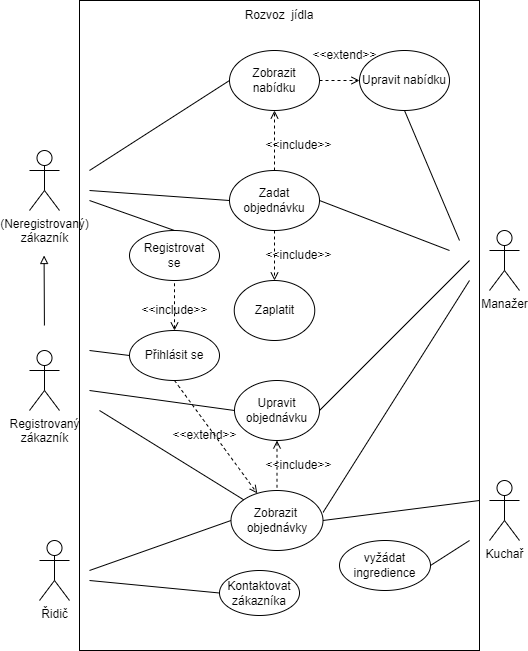
The draw.io diagram UseCaseDiagram-Stránka-1.drawio.png in vitvlasanek/VIS_projekt, before a commit. Source tidied: cells renumbered, new cells last; positions are measured from the earlier drawing's top-left corner, leaving out a move shared by most shapes.
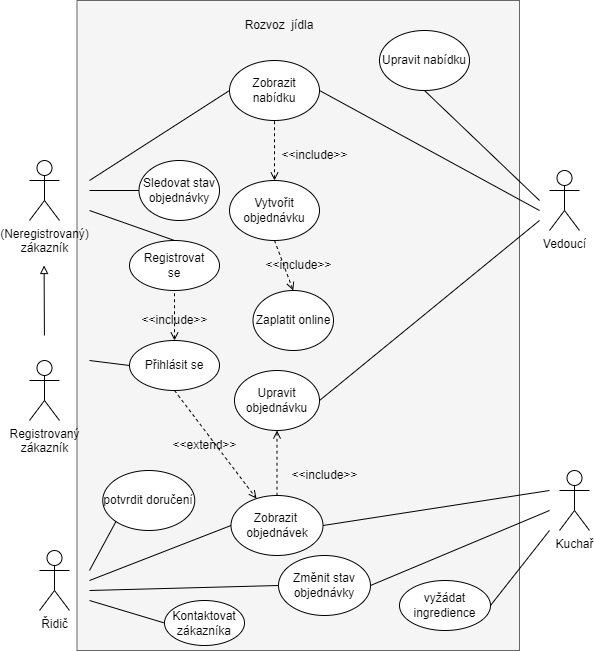
After the change.

The edit, as a diff of the source:
```diff
@@ -2,36 +2,33 @@
   <root>
     <mxCell id="0" />
     <mxCell id="1" parent="0" />
+    <mxCell id="8" style="rounded=0;whiteSpace=wrap;html=1;fillColor=#f5f5f5;fontColor=#333333;strokeColor=#666666;" parent="1" vertex="1">
+      <mxGeometry x="47.5" y="-10" width="442.5" height="650" as="geometry" />
+    </mxCell>
     <mxCell id="2" value="Řidič" style="shape=umlActor;verticalLabelPosition=bottom;verticalAlign=top;html=1;" parent="1" vertex="1">
       <mxGeometry x="10" y="540" width="30" height="60" as="geometry" />
     </mxCell>
-    <mxCell id="3" value="Manažer" style="shape=umlActor;verticalLabelPosition=bottom;verticalAlign=top;html=1;" parent="1" vertex="1">
-      <mxGeometry x="460" y="230" width="30" height="60" as="geometry" />
+    <mxCell id="3" value="Vedoucí" style="shape=umlActor;verticalLabelPosition=bottom;verticalAlign=top;html=1;" parent="1" vertex="1">
+      <mxGeometry x="520" y="160" width="30" height="60" as="geometry" />
     </mxCell>
     <mxCell id="4" value="Upravit objednávku" style="ellipse;whiteSpace=wrap;html=1;" parent="1" vertex="1">
-      <mxGeometry x="205" y="380" width="85" height="60" as="geometry" />
+      <mxGeometry x="205" y="360" width="85" height="60" as="geometry" />
     </mxCell>
-    <mxCell id="5" value="Zadat objednávku" style="ellipse;whiteSpace=wrap;html=1;" parent="1" vertex="1">
+    <mxCell id="5" value="Vytvořit&lt;br&gt;objednávku" style="ellipse;whiteSpace=wrap;html=1;" parent="1" vertex="1">
       <mxGeometry x="200" y="170" width="90" height="60" as="geometry" />
     </mxCell>
-    <mxCell id="6" value="Zobrazit&amp;nbsp; objednávky" style="ellipse;whiteSpace=wrap;html=1;" parent="1" vertex="1">
-      <mxGeometry x="201.5" y="490" width="92" height="60" as="geometry" />
+    <mxCell id="6" value="Zobrazit&amp;nbsp; objednávek" style="ellipse;whiteSpace=wrap;html=1;" parent="1" vertex="1">
+      <mxGeometry x="201.5" y="485" width="92" height="60" as="geometry" />
     </mxCell>
     <mxCell id="7" value="Kuchař" style="shape=umlActor;verticalLabelPosition=bottom;verticalAlign=top;html=1;" parent="1" vertex="1">
-      <mxGeometry x="460" y="480" width="30" height="60" as="geometry" />
+      <mxGeometry x="530" y="460" width="30" height="60" as="geometry" />
     </mxCell>
-    <mxCell id="8" style="rounded=0;whiteSpace=wrap;html=1;fillColor=none;" parent="1" vertex="1">
-      <mxGeometry x="50" width="400" height="650" as="geometry" />
-    </mxCell>
     <mxCell id="9" value="Rozvoz&amp;nbsp; jídla" style="text;html=1;strokeColor=none;fillColor=none;align=center;verticalAlign=middle;whiteSpace=wrap;rounded=0;" parent="1" vertex="1">
       <mxGeometry x="197" width="106" height="30" as="geometry" />
     </mxCell>
-    <mxCell id="10" style="edgeStyle=orthogonalEdgeStyle;rounded=0;jettySize=auto;html=1;dashed=1;endArrow=open;endFill=0;exitX=0.5;exitY=0;exitDx=0;exitDy=0;entryX=0.5;entryY=1;entryDx=0;entryDy=0;" parent="1" edge="1" source="5" target="12">
+    <mxCell id="10" style="edgeStyle=orthogonalEdgeStyle;rounded=0;jettySize=auto;html=1;dashed=1;endArrow=none;endFill=0;exitX=0.5;exitY=0;exitDx=0;exitDy=0;entryX=0.5;entryY=1;entryDx=0;entryDy=0;startArrow=open;startFill=0;" parent="1" edge="1" source="5" target="12">
       <mxGeometry relative="1" as="geometry" />
     </mxCell>
-    <mxCell id="11" style="edgeStyle=orthogonalEdgeStyle;rounded=0;jettySize=auto;html=1;exitX=1;exitY=0.5;exitDx=0;exitDy=0;entryX=0;entryY=0.5;entryDx=0;entryDy=0;startArrow=none;startFill=0;endArrow=open;endFill=0;dashed=1;" parent="1" edge="1" source="12" target="40">
-      <mxGeometry relative="1" as="geometry" />
-    </mxCell>
     <mxCell id="12" value="Zobrazit nabídku" style="ellipse;whiteSpace=wrap;html=1;fillColor=default;" parent="1" vertex="1">
       <mxGeometry x="200" y="50" width="90" height="60" as="geometry" />
     </mxCell>
@@ -40,26 +37,11 @@
         <mxPoint x="60" y="170" as="sourcePoint" />
       </mxGeometry>
     </mxCell>
-    <mxCell id="14" style="endArrow=none;html=1;rounded=0;entryX=0;entryY=0.5;entryDx=0;entryDy=0;" parent="1" edge="1" target="5">
-      <mxGeometry relative="1" as="geometry">
-        <mxPoint x="60" y="190" as="sourcePoint" />
-      </mxGeometry>
-    </mxCell>
     <mxCell id="15" style="endArrow=none;html=1;rounded=0;entryX=0;entryY=0.5;entryDx=0;entryDy=0;" parent="1" edge="1" target="6">
       <mxGeometry relative="1" as="geometry">
         <mxPoint x="60" y="570" as="sourcePoint" />
       </mxGeometry>
     </mxCell>
-    <mxCell id="16" style="endArrow=none;html=1;rounded=0;exitX=1.001;exitY=0.364;exitDx=0;exitDy=0;exitPerimeter=0;" parent="1" edge="1" source="6">
-      <mxGeometry relative="1" as="geometry">
-        <mxPoint x="440" y="280" as="targetPoint" />
-      </mxGeometry>
-    </mxCell>
-    <mxCell id="17" style="endArrow=none;html=1;rounded=0;entryX=1;entryY=0.5;entryDx=0;entryDy=0;" parent="1" edge="1" target="6">
-      <mxGeometry relative="1" as="geometry">
-        <mxPoint x="450" y="500" as="sourcePoint" />
-      </mxGeometry>
-    </mxCell>
     <mxCell id="18" value="(Neregistrovaný)&lt;br&gt;zákazník" style="shape=umlActor;verticalLabelPosition=bottom;verticalAlign=top;html=1;fillColor=default;" parent="1" vertex="1">
       <mxGeometry y="150" width="30" height="60" as="geometry" />
     </mxCell>
@@ -72,8 +54,8 @@
         <mxPoint x="14.6" y="255" as="targetPoint" />
       </mxGeometry>
     </mxCell>
-    <mxCell id="21" value="Zaplatit" style="ellipse;whiteSpace=wrap;html=1;fillColor=default;" parent="1" vertex="1">
-      <mxGeometry x="204.8" y="280" width="80.5" height="60" as="geometry" />
+    <mxCell id="21" value="Zaplatit online" style="ellipse;whiteSpace=wrap;html=1;fillColor=default;" parent="1" vertex="1">
+      <mxGeometry x="223.5" y="280" width="80.5" height="60" as="geometry" />
     </mxCell>
     <mxCell id="22" style="endArrow=open;html=1;rounded=0;entryX=0.5;entryY=0;entryDx=0;entryDy=0;exitX=0.5;exitY=1;exitDx=0;exitDy=0;dashed=1;endFill=0;" parent="1" edge="1" source="5" target="21">
       <mxGeometry relative="1" as="geometry" />
@@ -82,41 +64,31 @@
       <mxGeometry x="223.5" y="240" width="90" height="30" as="geometry" />
     </mxCell>
     <mxCell id="24" value="&amp;lt;&amp;lt;include&amp;gt;&amp;gt;" style="text;html=1;align=center;verticalAlign=middle;strokeColor=none;fillColor=none;" parent="1" vertex="1">
-      <mxGeometry x="223.5" y="130" width="90" height="30" as="geometry" />
+      <mxGeometry x="240" y="130" width="90" height="30" as="geometry" />
     </mxCell>
     <mxCell id="25" value="Přihlásit se" style="ellipse;whiteSpace=wrap;html=1;fillColor=default;" parent="1" vertex="1">
       <mxGeometry x="100" y="330" width="90" height="50" as="geometry" />
     </mxCell>
-    <mxCell id="26" style="endArrow=none;html=1;rounded=0;endFill=0;" parent="1" edge="1" target="6">
-      <mxGeometry relative="1" as="geometry">
-        <mxPoint x="70" y="410" as="sourcePoint" />
-      </mxGeometry>
-    </mxCell>
     <mxCell id="27" value="vyžádat ingredience" style="ellipse;whiteSpace=wrap;html=1;fillColor=default;" parent="1" vertex="1">
-      <mxGeometry x="310" y="540" width="91" height="50" as="geometry" />
+      <mxGeometry x="370" y="570" width="91" height="50" as="geometry" />
     </mxCell>
     <mxCell id="28" style="endArrow=none;html=1;rounded=0;exitX=1;exitY=0.5;exitDx=0;exitDy=0;" parent="1" edge="1" source="27">
       <mxGeometry relative="1" as="geometry">
-        <mxPoint x="440" y="540" as="targetPoint" />
+        <mxPoint x="520" y="520" as="targetPoint" />
       </mxGeometry>
     </mxCell>
     <mxCell id="29" value="&amp;lt;&amp;lt;include&amp;gt;&amp;gt;" style="text;html=1;align=center;verticalAlign=middle;strokeColor=none;fillColor=none;" parent="1" vertex="1">
-      <mxGeometry x="223.5" y="450" width="90" height="30" as="geometry" />
+      <mxGeometry x="250" y="450" width="90" height="30" as="geometry" />
     </mxCell>
     <mxCell id="30" style="edgeStyle=orthogonalEdgeStyle;rounded=0;jettySize=auto;html=1;dashed=1;endArrow=none;endFill=0;exitX=0.5;exitY=1;exitDx=0;exitDy=0;entryX=0.5;entryY=0;entryDx=0;entryDy=0;startArrow=open;startFill=0;" parent="1" edge="1" source="4" target="6">
       <mxGeometry relative="1" as="geometry" />
     </mxCell>
-    <mxCell id="31" style="endArrow=none;html=1;rounded=0;exitX=0;exitY=0.5;exitDx=0;exitDy=0;" parent="1" edge="1" source="4">
-      <mxGeometry relative="1" as="geometry">
-        <mxPoint x="60" y="390" as="targetPoint" />
-      </mxGeometry>
-    </mxCell>
     <mxCell id="32" value="Registrovat&lt;br&gt;se" style="ellipse;whiteSpace=wrap;html=1;fillColor=default;" parent="1" vertex="1">
       <mxGeometry x="100" y="230" width="90" height="50" as="geometry" />
     </mxCell>
     <mxCell id="33" style="endArrow=none;html=1;rounded=0;exitX=1;exitY=0.5;exitDx=0;exitDy=0;" parent="1" edge="1" source="4">
       <mxGeometry relative="1" as="geometry">
-        <mxPoint x="440" y="260" as="targetPoint" />
+        <mxPoint x="510" y="210" as="targetPoint" />
       </mxGeometry>
     </mxCell>
     <mxCell id="34" style="endArrow=none;html=1;rounded=0;entryX=0;entryY=0.5;entryDx=0;entryDy=0;" parent="1" edge="1" target="25">
@@ -137,33 +109,64 @@
     </mxCell>
     <mxCell id="38" style="endArrow=none;html=1;rounded=0;entryX=0;entryY=0.5;entryDx=0;entryDy=0;" parent="1" edge="1" target="39">
       <mxGeometry relative="1" as="geometry">
-        <mxPoint x="60" y="580" as="sourcePoint" />
+        <mxPoint x="60" y="590" as="sourcePoint" />
       </mxGeometry>
     </mxCell>
     <mxCell id="39" value="Kontaktovat&lt;br&gt;zákazníka" style="ellipse;whiteSpace=wrap;html=1;fillColor=default;" parent="1" vertex="1">
-      <mxGeometry x="190" y="570" width="80" height="45" as="geometry" />
+      <mxGeometry x="135" y="590" width="80" height="45" as="geometry" />
     </mxCell>
     <mxCell id="40" value="Upravit nabídku" style="ellipse;whiteSpace=wrap;html=1;fillColor=default;" parent="1" vertex="1">
-      <mxGeometry x="330" y="50" width="90" height="60" as="geometry" />
+      <mxGeometry x="350" y="20" width="90" height="60" as="geometry" />
     </mxCell>
     <mxCell id="41" style="endArrow=none;html=1;rounded=0;entryX=0.5;entryY=1;entryDx=0;entryDy=0;" parent="1" edge="1" target="40">
       <mxGeometry relative="1" as="geometry">
-        <mxPoint x="430" y="240" as="sourcePoint" />
+        <mxPoint x="510" y="190" as="sourcePoint" />
       </mxGeometry>
     </mxCell>
-    <mxCell id="42" style="endArrow=none;html=1;rounded=0;exitX=1;exitY=0.5;exitDx=0;exitDy=0;" parent="1" edge="1" source="5">
-      <mxGeometry relative="1" as="geometry">
-        <mxPoint x="420" y="250" as="targetPoint" />
-      </mxGeometry>
-    </mxCell>
-    <mxCell id="43" value="&amp;lt;&amp;lt;extend&amp;gt;&amp;gt;" style="text;html=1;align=center;verticalAlign=middle;strokeColor=none;fillColor=none;" parent="1" vertex="1">
-      <mxGeometry x="270" y="40" width="90" height="30" as="geometry" />
-    </mxCell>
     <mxCell id="44" style="endArrow=open;html=1;rounded=0;exitX=0.5;exitY=1;exitDx=0;exitDy=0;dashed=1;endFill=0;" parent="1" edge="1" source="25" target="6">
       <mxGeometry relative="1" as="geometry" />
     </mxCell>
     <mxCell id="45" value="&amp;lt;&amp;lt;extend&amp;gt;&amp;gt;" style="text;html=1;align=center;verticalAlign=middle;strokeColor=none;fillColor=none;" parent="1" vertex="1">
       <mxGeometry x="130" y="420" width="90" height="30" as="geometry" />
     </mxCell>
+    <mxCell id="46" value="Sledovat stav objednávky" style="ellipse;whiteSpace=wrap;html=1;fillColor=default;" parent="1" vertex="1">
+      <mxGeometry x="109.5" y="150" width="80.5" height="60" as="geometry" />
+    </mxCell>
+    <mxCell id="47" style="endArrow=none;html=1;rounded=0;fontSize=12;startSize=8;endSize=8;curved=1;entryX=0;entryY=0.5;entryDx=0;entryDy=0;" parent="1" edge="1" target="46">
+      <mxGeometry relative="1" as="geometry">
+        <mxPoint x="60" y="180" as="sourcePoint" />
+      </mxGeometry>
+    </mxCell>
+    <mxCell id="48" value="Změnit stav objednávky" style="ellipse;whiteSpace=wrap;html=1;" parent="1" vertex="1">
+      <mxGeometry x="249" y="545" width="92" height="60" as="geometry" />
+    </mxCell>
+    <mxCell id="49" style="endArrow=none;html=1;rounded=0;fontSize=12;startSize=8;endSize=8;curved=1;entryX=0;entryY=0.5;entryDx=0;entryDy=0;" parent="1" edge="1" target="48">
+      <mxGeometry relative="1" as="geometry">
+        <mxPoint x="60" y="580" as="sourcePoint" />
+      </mxGeometry>
+    </mxCell>
+    <mxCell id="50" style="endArrow=none;html=1;rounded=0;fontSize=12;startSize=8;endSize=8;curved=1;exitX=1;exitY=0.5;exitDx=0;exitDy=0;" parent="1" edge="1" source="6">
+      <mxGeometry relative="1" as="geometry">
+        <mxPoint x="520" y="480" as="targetPoint" />
+      </mxGeometry>
+    </mxCell>
+    <mxCell id="51" style="endArrow=none;html=1;rounded=0;fontSize=12;startSize=8;endSize=8;curved=1;exitX=1;exitY=0.5;exitDx=0;exitDy=0;" parent="1" edge="1" source="48">
+      <mxGeometry relative="1" as="geometry">
+        <mxPoint x="520" y="500" as="targetPoint" />
+      </mxGeometry>
+    </mxCell>
+    <mxCell id="52" style="endArrow=none;html=1;rounded=0;fontSize=12;startSize=8;endSize=8;curved=1;exitX=1;exitY=0.5;exitDx=0;exitDy=0;" parent="1" edge="1" source="12">
+      <mxGeometry relative="1" as="geometry">
+        <mxPoint x="510" y="200" as="targetPoint" />
+      </mxGeometry>
+    </mxCell>
+    <mxCell id="53" value="potvrdit doručení" style="ellipse;whiteSpace=wrap;html=1;" parent="1" vertex="1">
+      <mxGeometry x="73.2" y="460" width="92" height="60" as="geometry" />
+    </mxCell>
+    <mxCell id="54" style="endArrow=none;html=1;rounded=0;fontSize=12;startSize=8;endSize=8;curved=1;entryX=0;entryY=1;entryDx=0;entryDy=0;" parent="1" edge="1" target="53">
+      <mxGeometry relative="1" as="geometry">
+        <mxPoint x="60" y="560" as="sourcePoint" />
+      </mxGeometry>
+    </mxCell>
   </root>
 </mxGraphModel>
```
